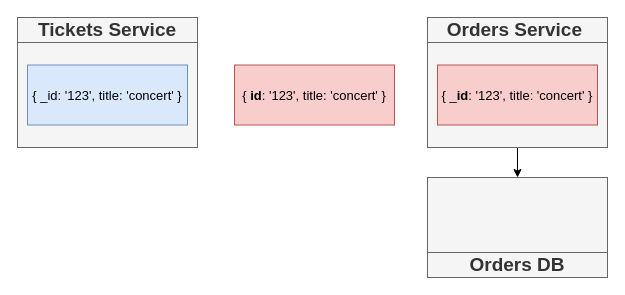
Above: page "04 - id" (4 of 19) of diagrams/08/01.drawio in HappySuzuki/microservices-cast (draw.io), before the change. Source tidied: cells renumbered, new cells numbered last; positions are measured from the earlier drawing's top-left corner, leaving out a move shared by most shapes. Both pictures are drawn from the tidied source at 100%, with x=0, y=0 at pixel (17, 17).
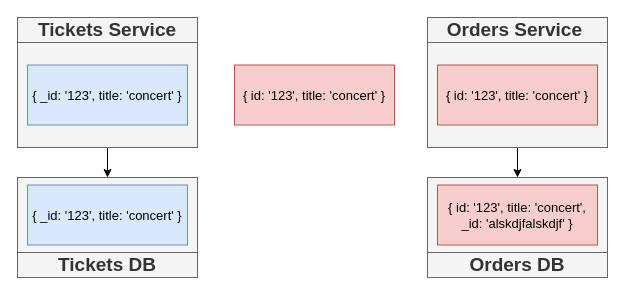
The same page after the edit.

Change to the diagram source:
```diff
@@
 <mxGraphModel>
   <root>
     <mxCell id="0" />
     <mxCell id="1" parent="0" />
     <mxCell id="2" value="Orders Service&amp;nbsp;" style="rounded=0;whiteSpace=wrap;html=1;fontSize=19;fillColor=#f5f5f5;strokeColor=#666666;fontColor=#333333;fontStyle=1;" parent="1" vertex="1">
       <mxGeometry x="410" width="180" height="25" as="geometry" />
     </mxCell>
     <mxCell id="3" style="edgeStyle=orthogonalEdgeStyle;rounded=0;jettySize=auto;html=1;exitX=0.5;exitY=1;exitDx=0;exitDy=0;fontSize=13;" parent="1" edge="1" source="4" target="10">
       <mxGeometry relative="1" as="geometry" />
     </mxCell>
     <mxCell id="4" style="rounded=0;whiteSpace=wrap;html=1;fontSize=22;fillColor=#f5f5f5;strokeColor=#666666;fontColor=#333333;fontStyle=1;" parent="1" vertex="1">
       <mxGeometry x="410" y="25" width="180" height="105" as="geometry" />
     </mxCell>
     <mxCell id="5" value="Tickets Service" style="rounded=0;whiteSpace=wrap;html=1;fontSize=19;fillColor=#f5f5f5;strokeColor=#666666;fontColor=#333333;fontStyle=1;" parent="1" vertex="1">
       <mxGeometry width="180" height="25" as="geometry" />
     </mxCell>
+    <mxCell id="12" style="edgeStyle=orthogonalEdgeStyle;rounded=0;jettySize=auto;html=1;exitX=0.5;exitY=1;exitDx=0;exitDy=0;fontSize=20;" parent="1" edge="1" source="6" target="15">
+      <mxGeometry relative="1" as="geometry" />
+    </mxCell>
     <mxCell id="6" style="rounded=0;whiteSpace=wrap;html=1;fontSize=22;fillColor=#f5f5f5;strokeColor=#666666;fontColor=#333333;fontStyle=1;" parent="1" vertex="1">
       <mxGeometry y="25" width="180" height="105" as="geometry" />
     </mxCell>
     <mxCell id="7" value="{ _id: '123', title: 'concert' }" style="rounded=0;whiteSpace=wrap;html=1;fontSize=13;fillColor=#dae8fc;strokeColor=#6c8ebf;" parent="1" vertex="1">
       <mxGeometry x="10" y="47.5" width="160" height="60" as="geometry" />
     </mxCell>
-    <mxCell id="8" value="{ &lt;b&gt;id&lt;/b&gt;: '123', title: 'concert' }" style="rounded=0;whiteSpace=wrap;html=1;fontSize=13;fillColor=#f8cecc;strokeColor=#b85450;" parent="1" vertex="1">
+    <mxCell id="8" value="{ id: '123', title: 'concert' }" style="rounded=0;whiteSpace=wrap;html=1;fontSize=13;fillColor=#f8cecc;strokeColor=#b85450;" parent="1" vertex="1">
       <mxGeometry x="217" y="47.5" width="160" height="60" as="geometry" />
     </mxCell>
     <mxCell id="9" value="Orders DB" style="rounded=0;whiteSpace=wrap;html=1;fontSize=19;fillColor=#f5f5f5;strokeColor=#666666;fontColor=#333333;fontStyle=1;" parent="1" vertex="1">
       <mxGeometry x="410" y="235" width="180" height="25" as="geometry" />
     </mxCell>
     <mxCell id="10" style="rounded=0;whiteSpace=wrap;html=1;fontSize=22;fillColor=#f5f5f5;strokeColor=#666666;fontColor=#333333;fontStyle=1;" parent="1" vertex="1">
       <mxGeometry x="410" y="160" width="180" height="75" as="geometry" />
     </mxCell>
-    <mxCell id="11" value="{ _&lt;b&gt;id&lt;/b&gt;: '123', title: 'concert' }" style="rounded=0;whiteSpace=wrap;html=1;fontSize=13;fillColor=#f8cecc;strokeColor=#b85450;" parent="1" vertex="1">
+    <mxCell id="11" value="{ id: '123', title: 'concert' }" style="rounded=0;whiteSpace=wrap;html=1;fontSize=13;fillColor=#f8cecc;strokeColor=#b85450;" parent="1" vertex="1">
       <mxGeometry x="420" y="47.5" width="160" height="60" as="geometry" />
     </mxCell>
+    <mxCell id="13" value="{ id: '123', title: 'concert', _id: 'alskdjfalskdjf' }" style="rounded=0;whiteSpace=wrap;html=1;fontSize=13;fillColor=#f8cecc;strokeColor=#b85450;" parent="1" vertex="1">
+      <mxGeometry x="420" y="167.5" width="160" height="60" as="geometry" />
+    </mxCell>
+    <mxCell id="14" value="Tickets DB" style="rounded=0;whiteSpace=wrap;html=1;fontSize=19;fillColor=#f5f5f5;strokeColor=#666666;fontColor=#333333;fontStyle=1;" parent="1" vertex="1">
+      <mxGeometry y="235" width="180" height="25" as="geometry" />
+    </mxCell>
+    <mxCell id="15" style="rounded=0;whiteSpace=wrap;html=1;fontSize=22;fillColor=#f5f5f5;strokeColor=#666666;fontColor=#333333;fontStyle=1;" parent="1" vertex="1">
+      <mxGeometry y="160" width="180" height="75" as="geometry" />
+    </mxCell>
+    <mxCell id="16" value="&lt;span&gt;{ _id: '123', title: 'concert' }&lt;/span&gt;" style="rounded=0;whiteSpace=wrap;html=1;fontSize=13;fillColor=#dae8fc;strokeColor=#6c8ebf;" parent="1" vertex="1">
+      <mxGeometry x="10" y="167.5" width="160" height="60" as="geometry" />
+    </mxCell>
   </root>
 </mxGraphModel>
```
